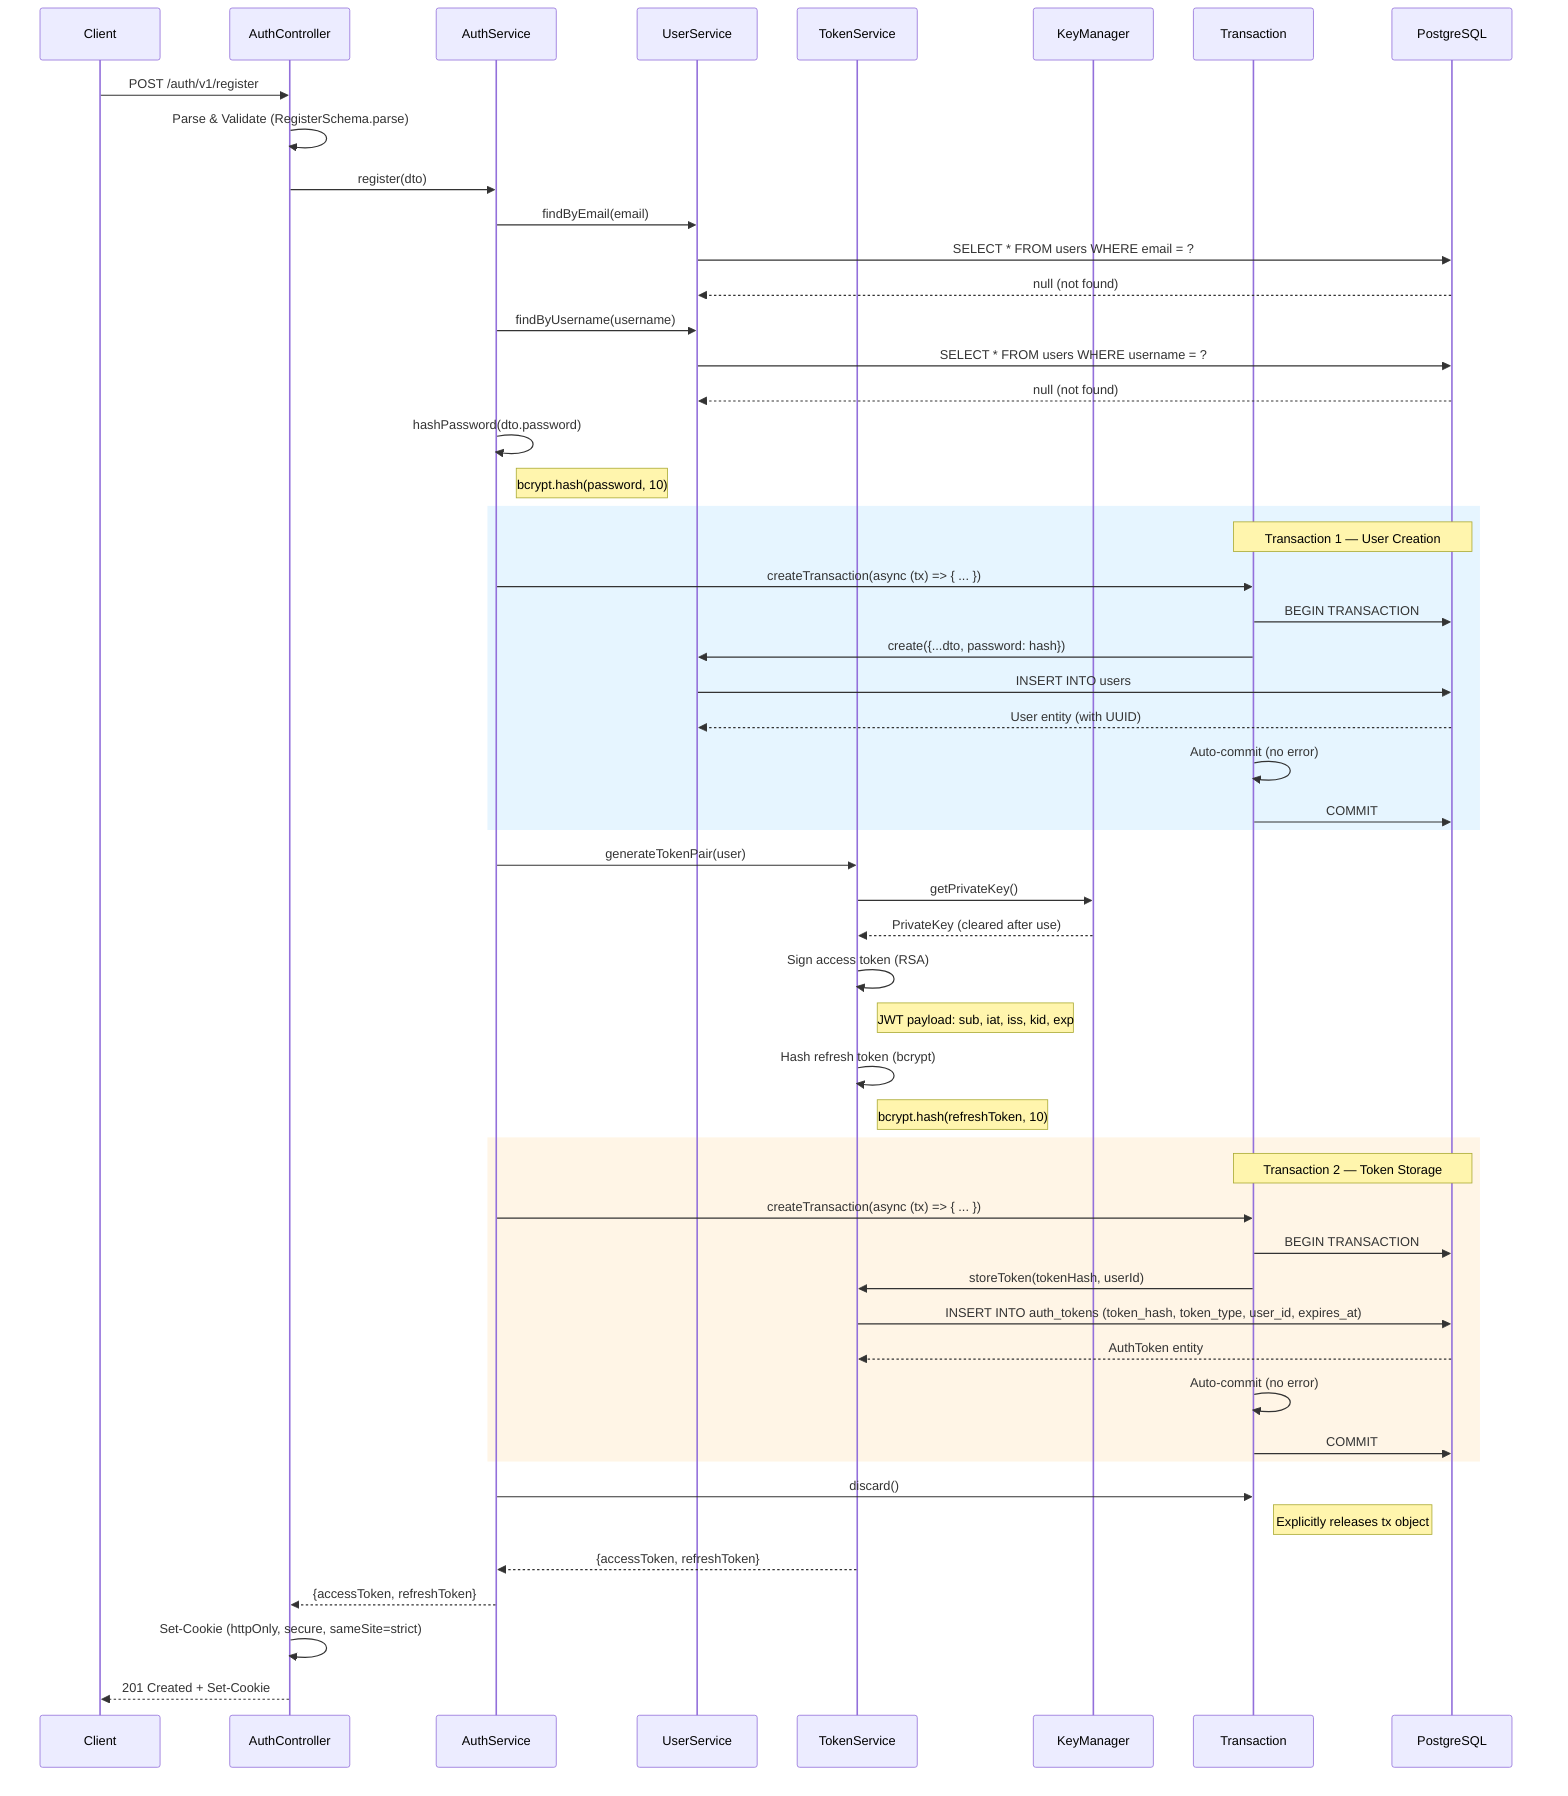
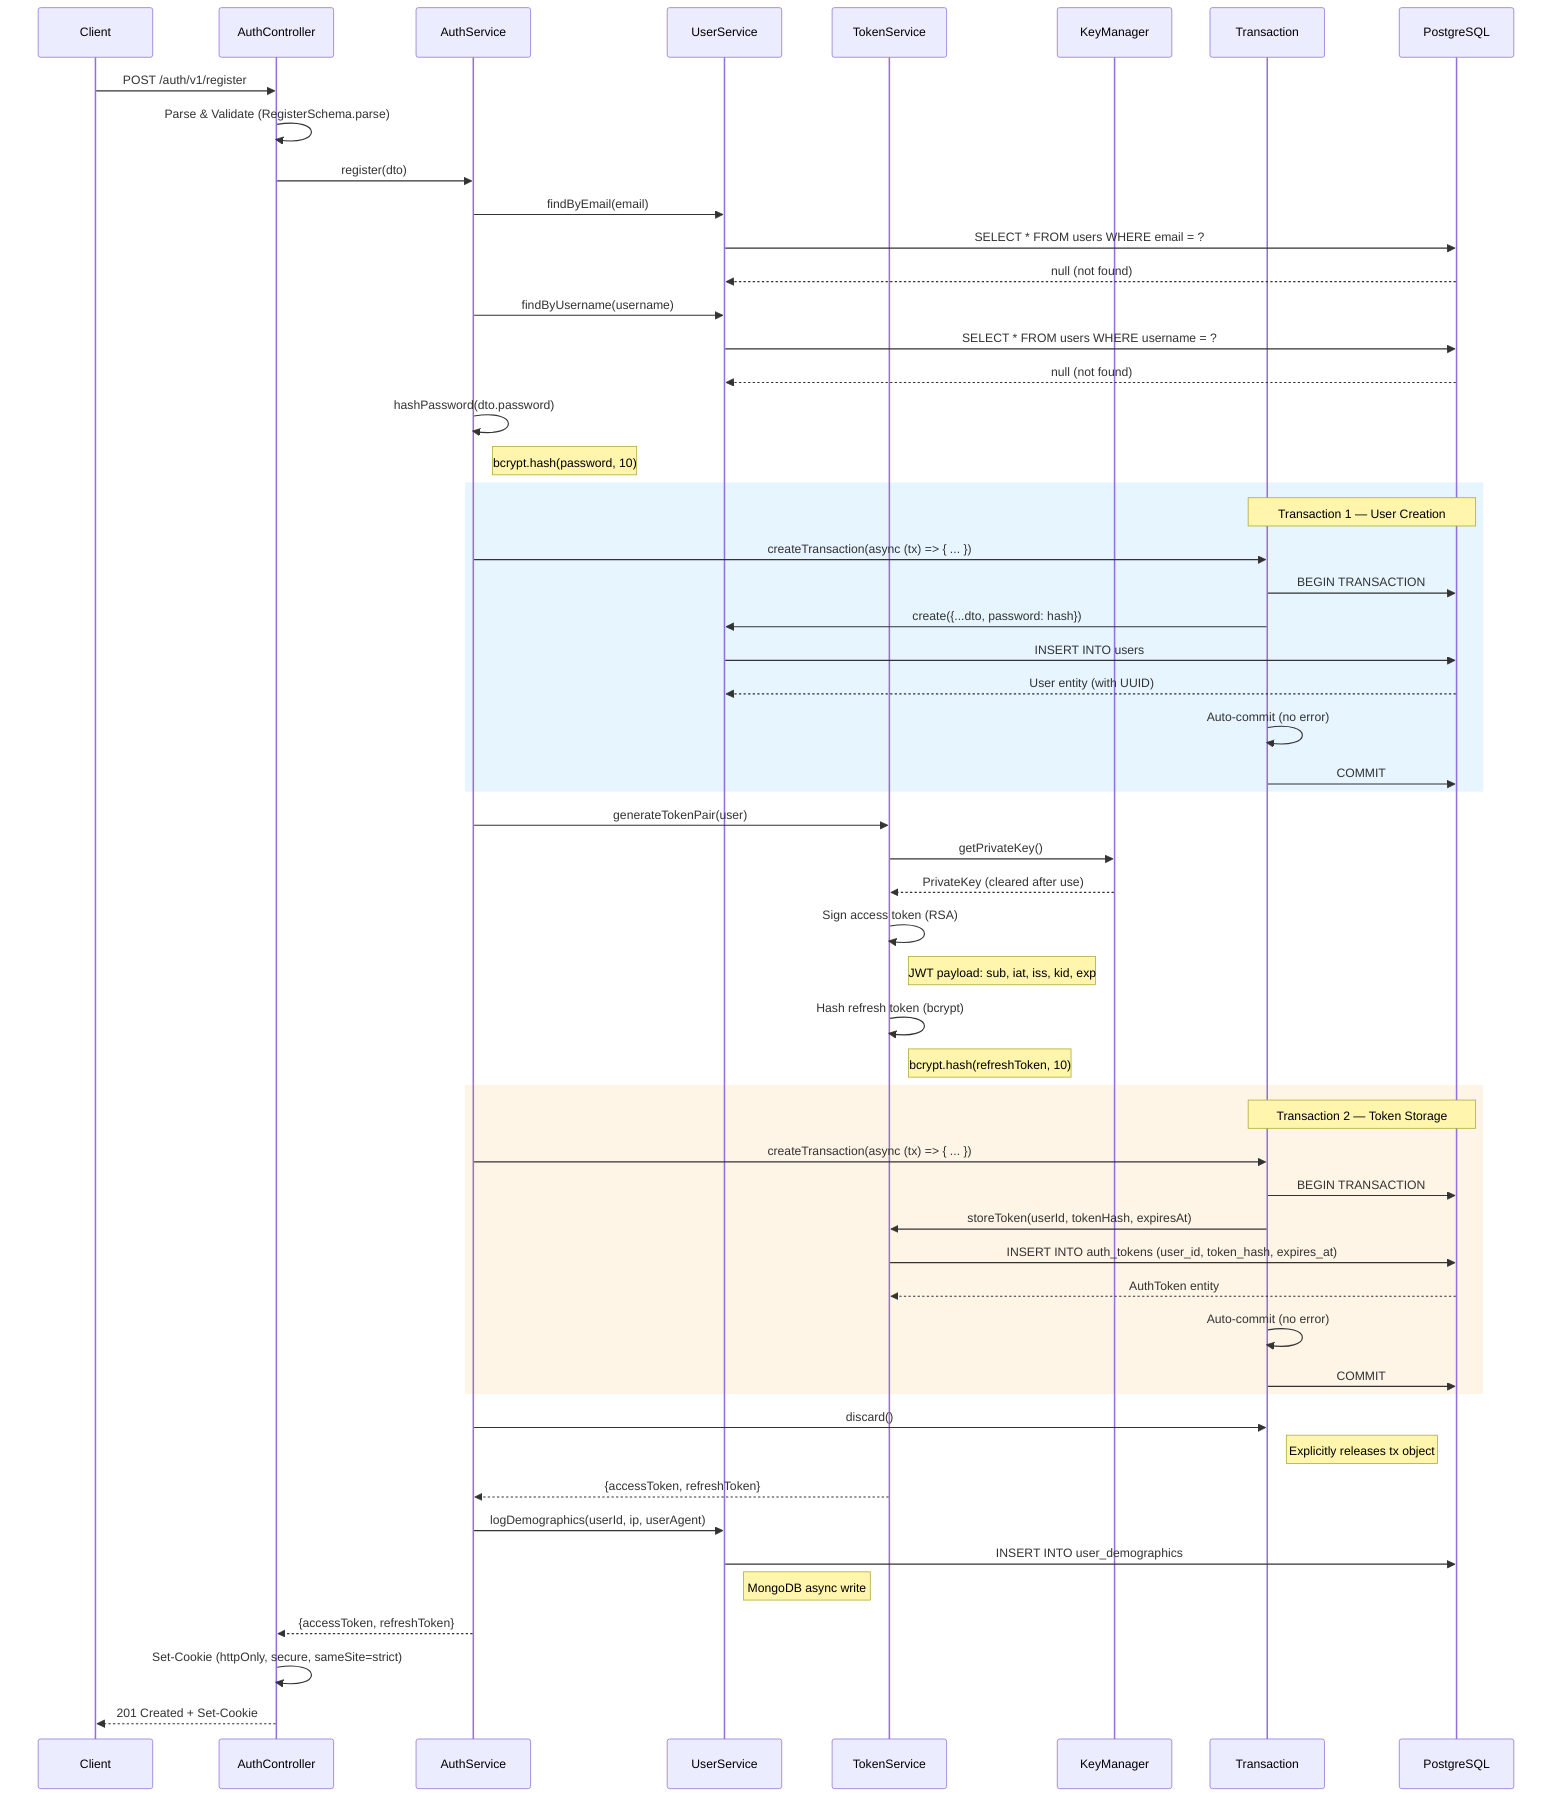
%% User Registration Sequence
%% Maps to: FR-1, FR-5, FR-13
%% Two separate transactions: user creation, then token storage

sequenceDiagram
    participant Client
    participant AuthController
    participant AuthService
    participant UserService
    participant TokenService
    participant KeyManager
    participant Transaction
    participant PostgreSQL

    Client->>AuthController: POST /auth/v1/register
    AuthController->>AuthController: Parse & Validate (RegisterSchema.parse)

    AuthController->>AuthService: register(dto)
    AuthService->>UserService: findByEmail(email)
    UserService->>PostgreSQL: SELECT * FROM users WHERE email = ?
    PostgreSQL-->>UserService: null (not found)

    AuthService->>UserService: findByUsername(username)
    UserService->>PostgreSQL: SELECT * FROM users WHERE username = ?
    PostgreSQL-->>UserService: null (not found)

    AuthService->>AuthService: hashPassword(dto.password)
    Note right of AuthService: bcrypt.hash(password, 10)

    rect rgb(230, 245, 255)
        Note over Transaction,PostgreSQL: Transaction 1 — User Creation
        AuthService->>Transaction: createTransaction(async (tx) => { ... })
        Transaction->>PostgreSQL: BEGIN TRANSACTION
        Transaction->>UserService: create({...dto, password: hash})
        UserService->>PostgreSQL: INSERT INTO users
        PostgreSQL-->>UserService: User entity (with UUID)
        Transaction->>Transaction: Auto-commit (no error)
        Transaction->>PostgreSQL: COMMIT
    end

    AuthService->>TokenService: generateTokenPair(user)
    TokenService->>KeyManager: getPrivateKey()
    KeyManager-->>TokenService: PrivateKey (cleared after use)

    TokenService->>TokenService: Sign access token (RSA)
    Note right of TokenService: JWT payload: sub, iat, iss, kid, exp

    TokenService->>TokenService: Hash refresh token (bcrypt)
    Note right of TokenService: bcrypt.hash(refreshToken, 10)

    rect rgb(255, 245, 230)
        Note over Transaction,PostgreSQL: Transaction 2 — Token Storage
        AuthService->>Transaction: createTransaction(async (tx) => { ... })
        Transaction->>PostgreSQL: BEGIN TRANSACTION
-         Transaction->>TokenService: storeToken(tokenHash, userId)
-         TokenService->>PostgreSQL: INSERT INTO auth_tokens (token_hash, token_type, user_id, expires_at)
+         Transaction->>TokenService: storeToken(userId, tokenHash, expiresAt)
+         TokenService->>PostgreSQL: INSERT INTO auth_tokens (user_id, token_hash, expires_at)
        PostgreSQL-->>TokenService: AuthToken entity
        Transaction->>Transaction: Auto-commit (no error)
        Transaction->>PostgreSQL: COMMIT
    end

    AuthService->>Transaction: discard()
    Note right of Transaction: Explicitly releases tx object

    TokenService-->>AuthService: {accessToken, refreshToken}
+ 
+     AuthService->>UserService: logDemographics(userId, ip, userAgent)
+     UserService->>PostgreSQL: INSERT INTO user_demographics
+     Note right of UserService: MongoDB async write
+ 
    AuthService-->>AuthController: {accessToken, refreshToken}

    AuthController->>AuthController: Set-Cookie (httpOnly, secure, sameSite=strict)
    AuthController-->>Client: 201 Created + Set-Cookie
